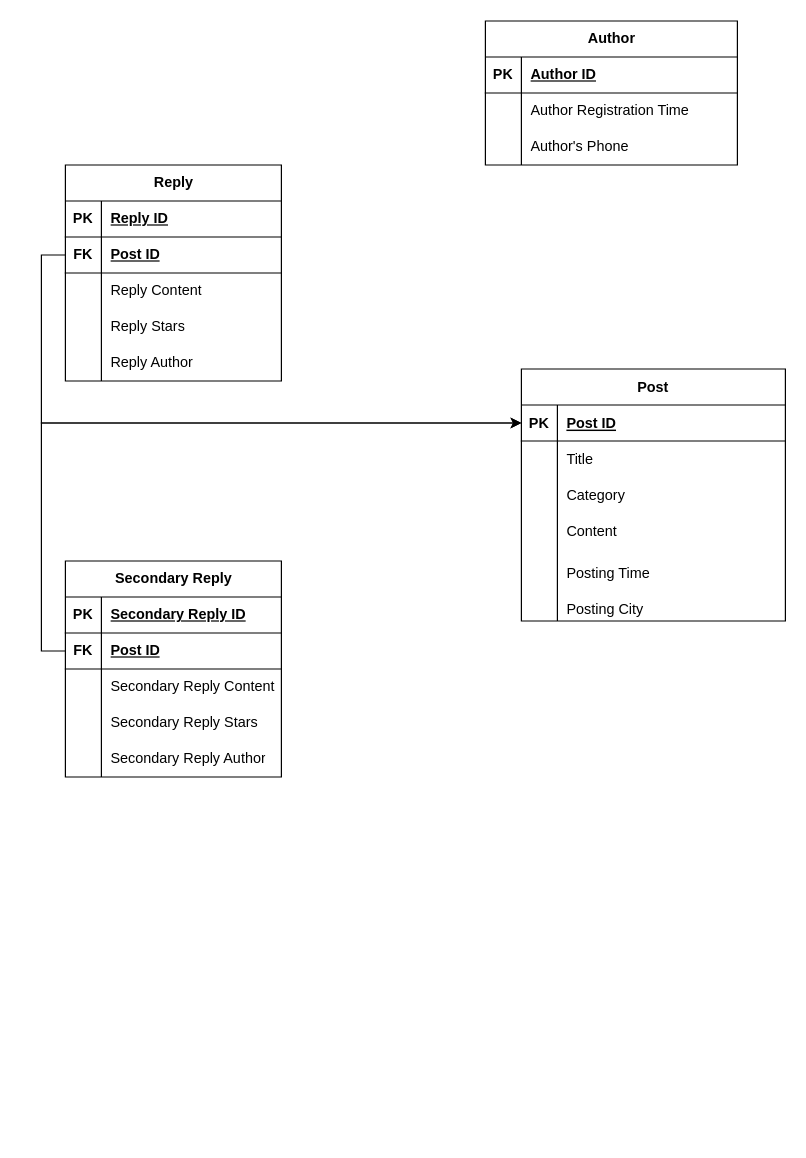
The draw.io diagram ER图.drawio in LN57421/CS307-DataBase, before the edit. Source tidied: cells renumbered, new cells numbered last; positions are measured from the earlier drawing's top-left corner, leaving out a move shared by most shapes. Both pictures are drawn from the tidied source at 120%, with x=0, y=0 at pixel (65, 20).
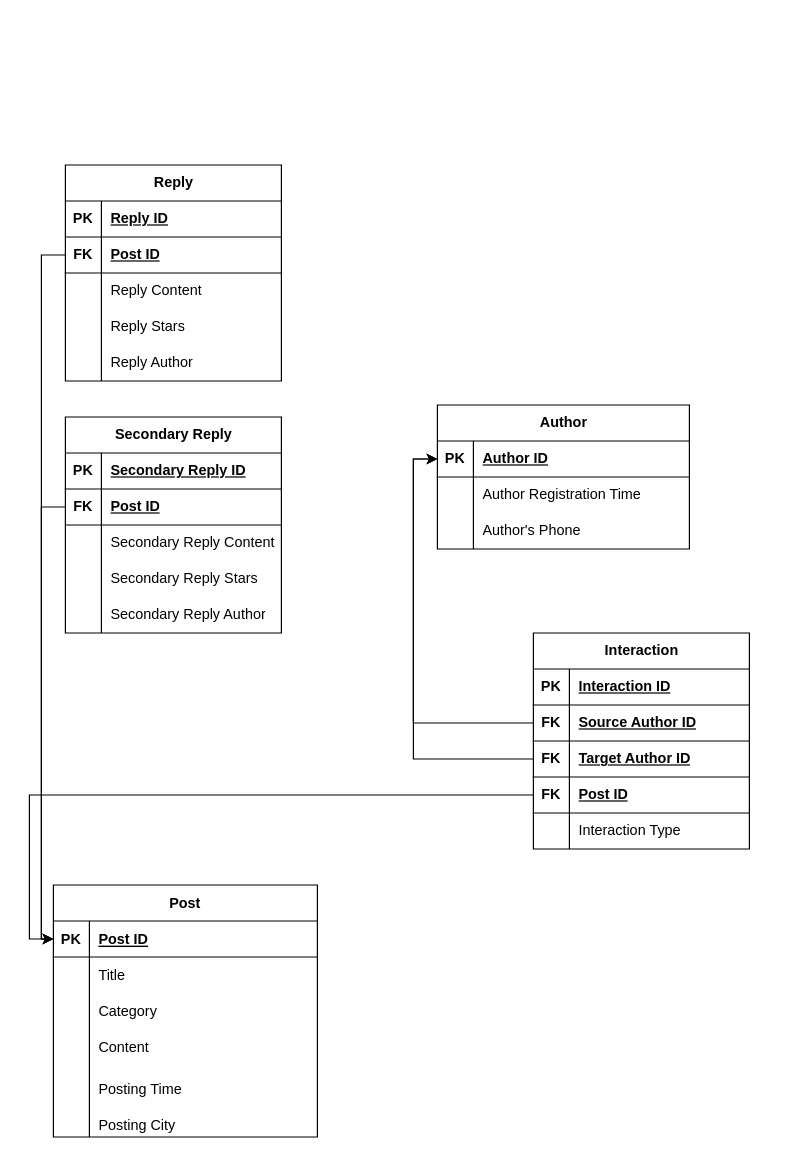
The same page after the edit.

The change refers to these unchanged cells:
```xml
<mxCell id="3" style="shape=partialRectangle;fillColor=none;points=[[0,0.5],[1,0.5]];portConstraint=eastwest;top=0;left=0;right=0;bottom=1;" parent="2" vertex="1">
  <mxGeometry y="30" width="220" height="30" as="geometry" />
</mxCell>
<mxCell id="22" style="shape=tableRow;horizontal=0;startSize=0;swimlaneHead=0;swimlaneBody=0;fillColor=none;points=[[0,0.5],[1,0.5]];portConstraint=eastwest;top=0;left=0;right=0;bottom=1;" parent="21" vertex="1">
  <mxGeometry y="30" width="210" height="30" as="geometry" />
</mxCell>
```

Diff of the diagram source:
```diff
@@
     <mxCell id="2" value="Post" style="shape=table;startSize=30;childLayout=tableLayout;rowLines=0;fontStyle=1;align=center;" parent="1" vertex="1">
-      <mxGeometry x="380" y="290" width="220" height="210" as="geometry" />
+      <mxGeometry x="-10" y="720" width="220" height="210" as="geometry" />
     </mxCell>
@@
     <mxCell id="21" value="Author" style="shape=table;startSize=30;childLayout=tableLayout;rowLines=0;fontStyle=1;align=center;html=1;" parent="1" vertex="1">
-      <mxGeometry x="350" width="210" height="120" as="geometry" />
+      <mxGeometry x="310" y="320" width="210" height="120" as="geometry" />
     </mxCell>
@@
     <mxCell id="47" value="Secondary Reply" style="shape=table;startSize=30;childLayout=tableLayout;rowLines=0;fontStyle=1;align=center;html=1;" parent="1" vertex="1">
-      <mxGeometry y="450" width="180" height="180" as="geometry" />
+      <mxGeometry y="330" width="180" height="180" as="geometry" />
     </mxCell>
@@
+    <mxCell id="65" value="Interaction" style="shape=table;startSize=30;childLayout=tableLayout;rowLines=0;fontStyle=1;align=center;html=1;" parent="1" vertex="1">
+      <mxGeometry x="390" y="510" width="180" height="180" as="geometry" />
+    </mxCell>
+    <mxCell id="66" style="shape=tableRow;horizontal=0;startSize=0;swimlaneHead=0;swimlaneBody=0;fillColor=none;top=0;left=0;right=0;bottom=1;" parent="65" vertex="1">
+      <mxGeometry y="30" width="180" height="30" as="geometry" />
+    </mxCell>
+    <mxCell id="67" value="PK" style="shape=partialRectangle;fillColor=none;top=0;left=0;bottom=0;right=0;fontStyle=1;overflow=hidden;whiteSpace=wrap;html=1;" parent="66" vertex="1">
+      <mxGeometry width="30" height="30" as="geometry" />
+    </mxCell>
+    <mxCell id="68" value="Interaction ID" style="shape=partialRectangle;fillColor=none;top=0;left=0;bottom=0;right=0;align=left;spacingLeft=6;fontStyle=5;overflow=hidden;whiteSpace=wrap;html=1;" parent="66" vertex="1">
+      <mxGeometry x="30" width="150" height="30" as="geometry" />
+    </mxCell>
+    <mxCell id="69" style="shape=tableRow;horizontal=0;startSize=0;swimlaneHead=0;swimlaneBody=0;fillColor=none;points=[[0,0.5],[1,0.5]];portConstraint=eastwest;top=0;left=0;right=0;bottom=1;" parent="65" vertex="1">
+      <mxGeometry y="60" width="180" height="30" as="geometry" />
+    </mxCell>
+    <mxCell id="70" value="FK" style="shape=partialRectangle;fillColor=none;top=0;left=0;bottom=0;right=0;fontStyle=1;overflow=hidden;whiteSpace=wrap;html=1;" parent="69" vertex="1">
+      <mxGeometry width="30" height="30" as="geometry" />
+    </mxCell>
+    <mxCell id="71" value="Source Author ID" style="shape=partialRectangle;fillColor=none;top=0;left=0;bottom=0;right=0;align=left;spacingLeft=6;fontStyle=5;overflow=hidden;whiteSpace=wrap;html=1;" parent="69" vertex="1">
+      <mxGeometry x="30" width="150" height="30" as="geometry" />
+    </mxCell>
+    <mxCell id="72" style="shape=tableRow;horizontal=0;startSize=0;swimlaneHead=0;swimlaneBody=0;fillColor=none;points=[[0,0.5],[1,0.5]];portConstraint=eastwest;top=0;left=0;right=0;bottom=1;" parent="65" vertex="1">
+      <mxGeometry y="90" width="180" height="30" as="geometry" />
+    </mxCell>
+    <mxCell id="73" value="FK" style="shape=partialRectangle;fillColor=none;top=0;left=0;bottom=0;right=0;fontStyle=1;overflow=hidden;whiteSpace=wrap;html=1;" parent="72" vertex="1">
+      <mxGeometry width="30" height="30" as="geometry" />
+    </mxCell>
+    <mxCell id="74" value="Target Author ID" style="shape=partialRectangle;fillColor=none;top=0;left=0;bottom=0;right=0;align=left;spacingLeft=6;fontStyle=5;overflow=hidden;whiteSpace=wrap;html=1;" parent="72" vertex="1">
+      <mxGeometry x="30" width="150" height="30" as="geometry" />
+    </mxCell>
+    <mxCell id="75" style="shape=tableRow;horizontal=0;startSize=0;swimlaneHead=0;swimlaneBody=0;fillColor=none;points=[[0,0.5],[1,0.5]];portConstraint=eastwest;top=0;left=0;right=0;bottom=1;" parent="65" vertex="1">
+      <mxGeometry y="120" width="180" height="30" as="geometry" />
+    </mxCell>
+    <mxCell id="76" value="FK" style="shape=partialRectangle;fillColor=none;top=0;left=0;bottom=0;right=0;fontStyle=1;overflow=hidden;whiteSpace=wrap;html=1;" parent="75" vertex="1">
+      <mxGeometry width="30" height="30" as="geometry" />
+    </mxCell>
+    <mxCell id="77" value="Post ID" style="shape=partialRectangle;fillColor=none;top=0;left=0;bottom=0;right=0;align=left;spacingLeft=6;fontStyle=5;overflow=hidden;whiteSpace=wrap;html=1;" parent="75" vertex="1">
+      <mxGeometry x="30" width="150" height="30" as="geometry" />
+    </mxCell>
+    <mxCell id="78" style="shape=tableRow;horizontal=0;startSize=0;swimlaneHead=0;swimlaneBody=0;fillColor=none;top=0;left=0;right=0;bottom=0;" parent="65" vertex="1">
+      <mxGeometry y="150" width="180" height="30" as="geometry" />
+    </mxCell>
+    <mxCell id="79" style="shape=partialRectangle;fillColor=none;top=0;left=0;bottom=0;right=0;overflow=hidden;whiteSpace=wrap;html=1;" parent="78" vertex="1">
+      <mxGeometry width="30" height="30" as="geometry" />
+    </mxCell>
+    <mxCell id="80" value="Interaction Type" style="shape=partialRectangle;fillColor=none;top=0;left=0;bottom=0;right=0;align=left;spacingLeft=6;overflow=hidden;whiteSpace=wrap;html=1;" parent="78" vertex="1">
+      <mxGeometry x="30" width="150" height="30" as="geometry" />
+    </mxCell>
+    <mxCell id="81" style="edgeStyle=orthogonalEdgeStyle;rounded=0;jettySize=auto;html=1;exitX=0;exitY=0.5;exitDx=0;exitDy=0;entryX=0;entryY=0.5;entryDx=0;entryDy=0;" parent="1" edge="1" source="69" target="22">
+      <mxGeometry relative="1" as="geometry" />
+    </mxCell>
+    <mxCell id="82" style="edgeStyle=orthogonalEdgeStyle;rounded=0;jettySize=auto;html=1;exitX=0;exitY=0.5;exitDx=0;exitDy=0;entryX=0;entryY=0.5;entryDx=0;entryDy=0;" parent="1" edge="1" source="72" target="22">
+      <mxGeometry relative="1" as="geometry" />
+    </mxCell>
+    <mxCell id="83" style="edgeStyle=orthogonalEdgeStyle;rounded=0;jettySize=auto;html=1;exitX=0;exitY=0.5;exitDx=0;exitDy=0;entryX=0;entryY=0.5;entryDx=0;entryDy=0;" parent="1" edge="1" source="75" target="3">
+      <mxGeometry relative="1" as="geometry" />
+    </mxCell>
```
